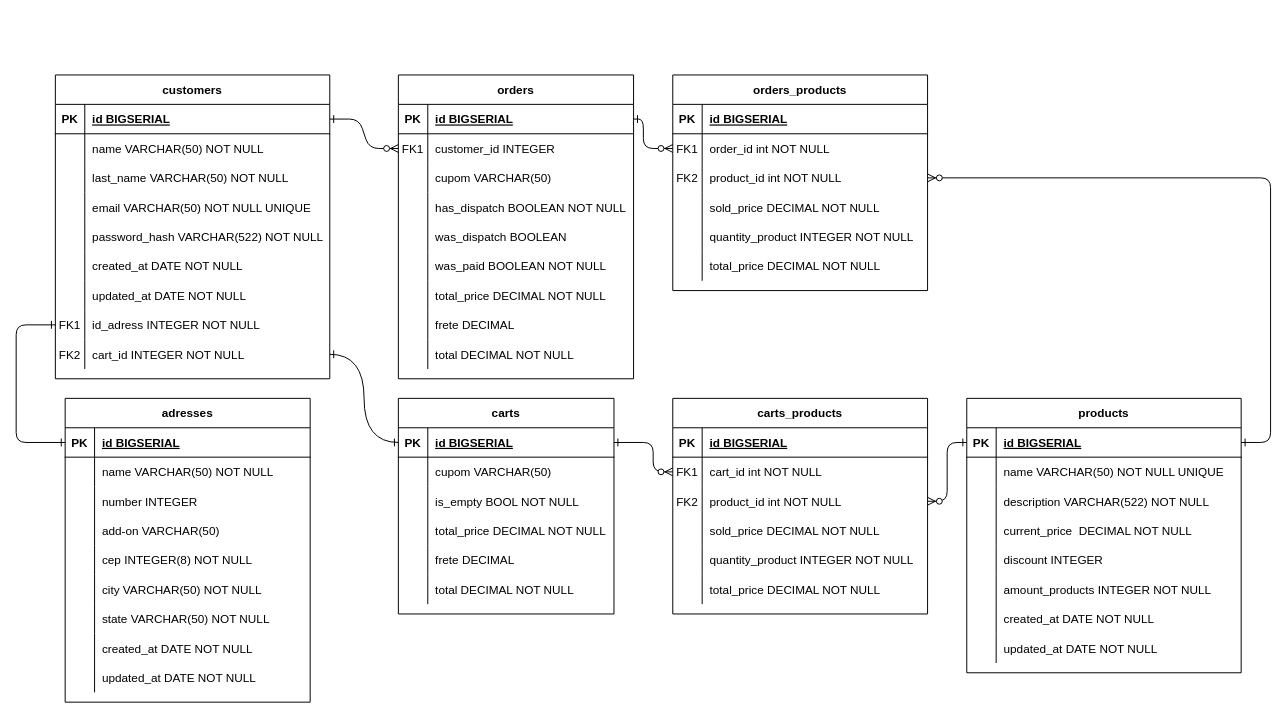
Above: capstone.drawio in GustavoM96/GustavoM96 (draw.io), before the change. Source tidied: cells renumbered, new cells numbered last; positions are measured from the earlier drawing's top-left corner, leaving out a move shared by most shapes. Both pictures are drawn from the tidied source at 98%, with x=0, y=0 at pixel (-46, -122).
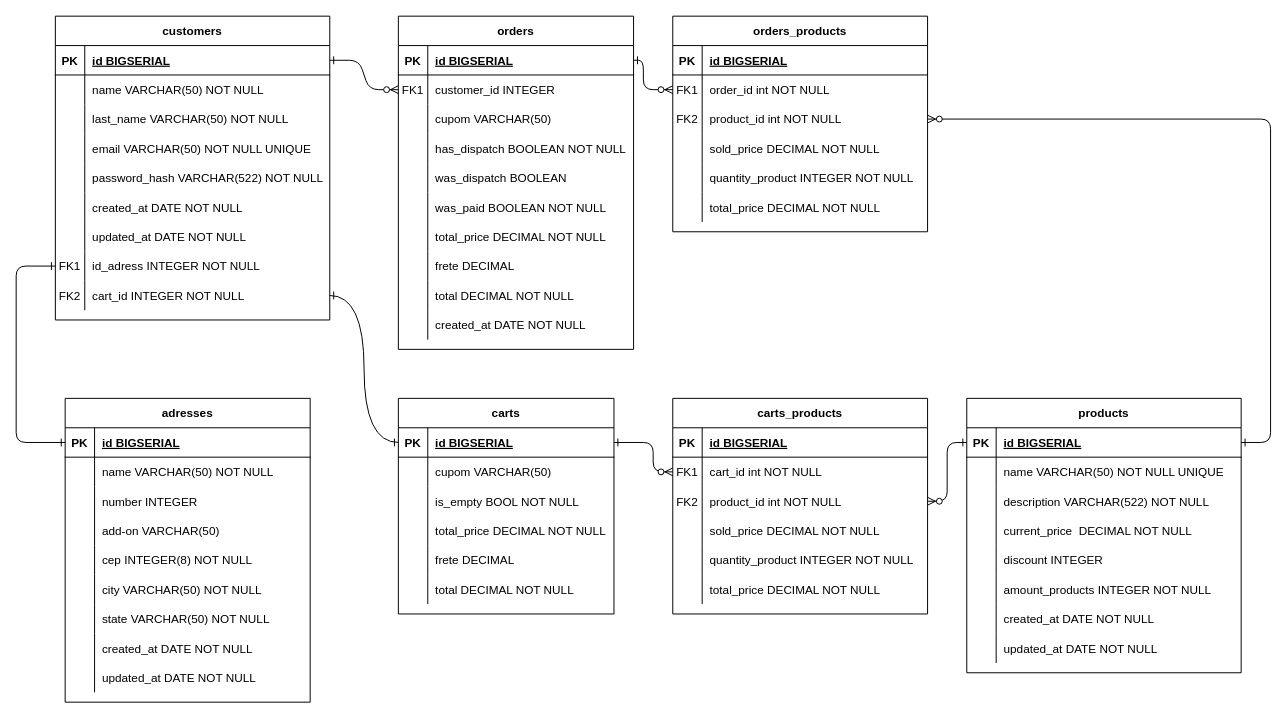
After the change.

Unchanged cells that the change refers to:
```xml
<mxCell id="5" style="shape=partialRectangle;fillColor=none;points=[[0,0.5],[1,0.5]];portConstraint=eastwest;top=0;left=0;right=0;bottom=1;" parent="4" vertex="1">
  <mxGeometry y="30" width="280" height="30" as="geometry" />
</mxCell>
<mxCell id="51" style="shape=partialRectangle;fillColor=none;points=[[0,0.5],[1,0.5]];portConstraint=eastwest;top=0;left=0;right=0;bottom=0;" parent="29" vertex="1">
  <mxGeometry y="240" width="280" height="30" as="geometry" />
</mxCell>
<mxCell id="58" style="shape=partialRectangle;fillColor=none;points=[[0,0.5],[1,0.5]];portConstraint=eastwest;top=0;left=0;right=0;bottom=1;" parent="57" vertex="1">
  <mxGeometry y="30" width="250" height="30" as="geometry" />
</mxCell>
<mxCell id="90" style="shape=partialRectangle;fillColor=none;points=[[0,0.5],[1,0.5]];portConstraint=eastwest;top=0;left=0;right=0;bottom=0;" parent="86" vertex="1">
  <mxGeometry y="60" width="260" height="30" as="geometry" />
</mxCell>
<mxCell id="93" style="shape=partialRectangle;fillColor=none;points=[[0,0.5],[1,0.5]];portConstraint=eastwest;top=0;left=0;right=0;bottom=0;" parent="86" vertex="1">
  <mxGeometry y="90" width="260" height="30" as="geometry" />
</mxCell>
<mxCell id="106" style="shape=partialRectangle;fillColor=none;points=[[0,0.5],[1,0.5]];portConstraint=eastwest;top=0;left=0;right=0;bottom=1;" parent="105" vertex="1">
  <mxGeometry y="30" width="240" height="30" as="geometry" />
</mxCell>
```

The edit, as a diff of the source:
```diff
@@
     <mxCell id="3" style="endArrow=ERzeroToMany;startArrow=ERone;endFill=1;startFill=0;edgeStyle=elbowEdgeStyle;exitX=1;exitY=0.5;exitDx=0;exitDy=0;entryX=1;entryY=0.5;entryDx=0;entryDy=0;" parent="1" edge="1" source="5" target="93">
       <mxGeometry relative="1" as="geometry">
         <Array as="points">
-          <mxPoint x="1343" y="440" />
-          <mxPoint x="1363" y="430" />
-          <mxPoint x="1093" y="280" />
-          <mxPoint x="523" y="55" />
-          <mxPoint x="503" y="30" />
-          <mxPoint x="523" />
-          <mxPoint x="533" y="170" />
+          <mxPoint x="1343" y="380" />
+          <mxPoint x="1363" y="370" />
+          <mxPoint x="1093" y="220" />
+          <mxPoint x="523" y="-5" />
+          <mxPoint x="503" y="-30" />
+          <mxPoint x="523" y="-60" />
+          <mxPoint x="533" y="110" />
         </Array>
       </mxGeometry>
     </mxCell>
@@
     <mxCell id="29" value="customers" style="shape=table;startSize=30;childLayout=tableLayout;rowLines=0;fontStyle=1;align=center;" parent="1" vertex="1">
-      <mxGeometry x="103" y="200" width="280" height="310" as="geometry" />
+      <mxGeometry x="103" y="140" width="280" height="310" as="geometry" />
     </mxCell>
@@
     <mxCell id="85" style="edgeStyle=elbowEdgeStyle;endArrow=ERone;startArrow=ERone;endFill=0;startFill=0;entryX=0;entryY=0.5;entryDx=0;entryDy=0;exitX=0;exitY=0.5;exitDx=0;exitDy=0;elbow=vertical;" parent="1" edge="1" source="58" target="51">
       <mxGeometry relative="1" as="geometry">
         <Array as="points">
-          <mxPoint x="63" y="440" />
+          <mxPoint x="63" y="380" />
         </Array>
       </mxGeometry>
     </mxCell>
     <mxCell id="86" value="orders_products" style="shape=table;startSize=30;childLayout=tableLayout;rowLines=0;fontStyle=1;align=center;" parent="1" vertex="1">
-      <mxGeometry x="733" y="200" width="260" height="220" as="geometry" />
+      <mxGeometry x="733" y="140" width="260" height="220" as="geometry" />
     </mxCell>
@@
     <mxCell id="105" value="orders" style="shape=table;startSize=30;childLayout=tableLayout;rowLines=0;fontStyle=1;align=center;" parent="1" vertex="1">
-      <mxGeometry x="453" y="200" width="240" height="310" as="geometry" />
+      <mxGeometry x="453" y="140" width="240" height="340" as="geometry" />
     </mxCell>
@@
+    <mxCell id="175" style="shape=partialRectangle;fillColor=none;top=0;left=0;right=0;bottom=0;" parent="105" vertex="1">
+      <mxGeometry y="300" width="240" height="30" as="geometry" />
+    </mxCell>
+    <mxCell id="176" style="shape=partialRectangle;overflow=hidden;fillColor=none;top=0;left=0;bottom=0;right=0;" parent="175" vertex="1">
+      <mxGeometry width="30" height="30" as="geometry" />
+    </mxCell>
+    <mxCell id="177" value="created_at DATE NOT NULL" style="shape=partialRectangle;overflow=hidden;fillColor=none;top=0;left=0;bottom=0;right=0;align=left;spacingLeft=6;" parent="175" vertex="1">
+      <mxGeometry x="30" width="210" height="30" as="geometry" />
+    </mxCell>
     <mxCell id="133" style="endArrow=ERzeroToMany;startArrow=ERone;endFill=1;startFill=0;edgeStyle=elbowEdgeStyle;exitX=1;exitY=0.5;exitDx=0;exitDy=0;entryX=0;entryY=0.5;entryDx=0;entryDy=0;" parent="1" edge="1" source="106" target="90">
       <mxGeometry relative="1" as="geometry">
         <Array as="points">
-          <mxPoint x="703" y="250" />
-          <mxPoint x="20" y="200" />
-          <mxPoint y="175" />
-          <mxPoint x="20" y="145" />
-          <mxPoint x="30" y="315" />
+          <mxPoint x="703" y="190" />
+          <mxPoint x="20" y="140" />
+          <mxPoint y="115" />
+          <mxPoint x="20" y="85" />
+          <mxPoint x="30" y="255" />
         </Array>
       </mxGeometry>
     </mxCell>
```
